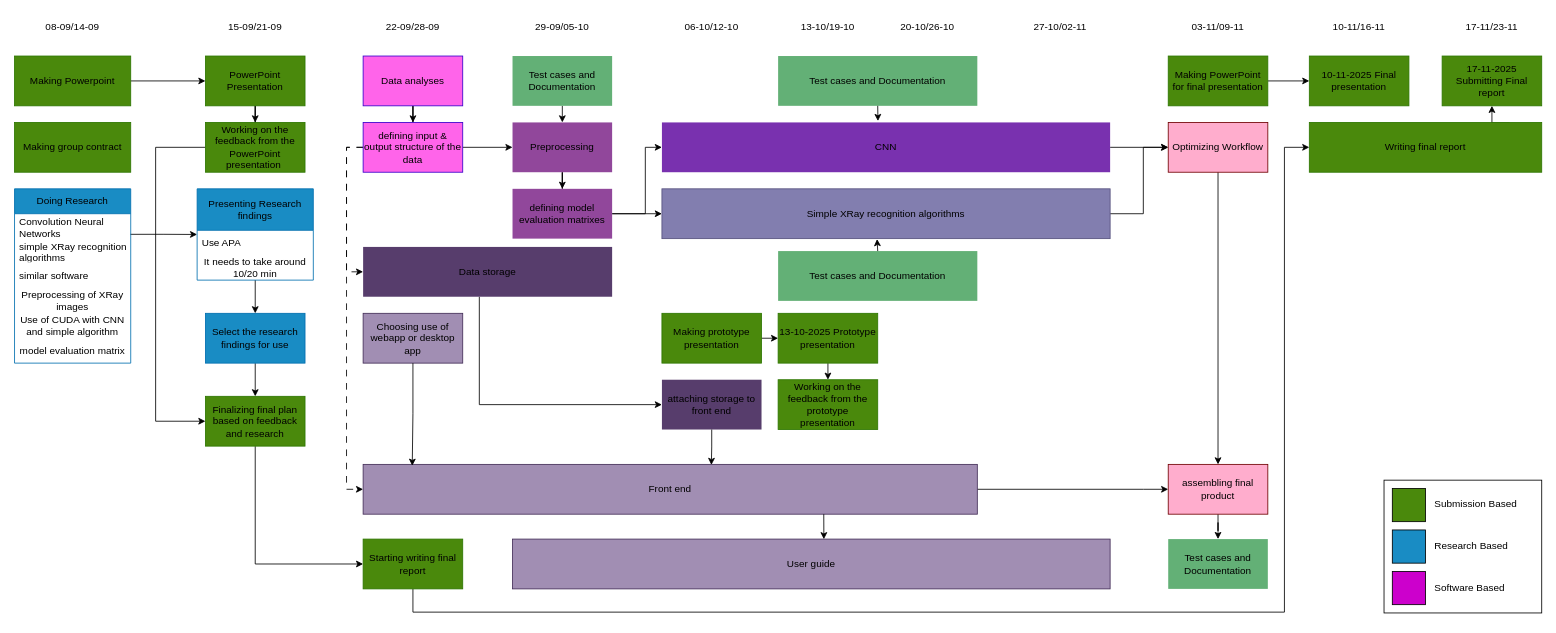
The draw.io diagram Roadmap.drawio in DBerkey/Smart_X-Ray_Screening, before the edit. Source tidied: cells renumbered, new cells numbered last; positions are measured from the earlier drawing's top-left corner, leaving out a move shared by most shapes. Both pictures are drawn from the tidied source at 83%, with x=0, y=0 at pixel (14, 14).
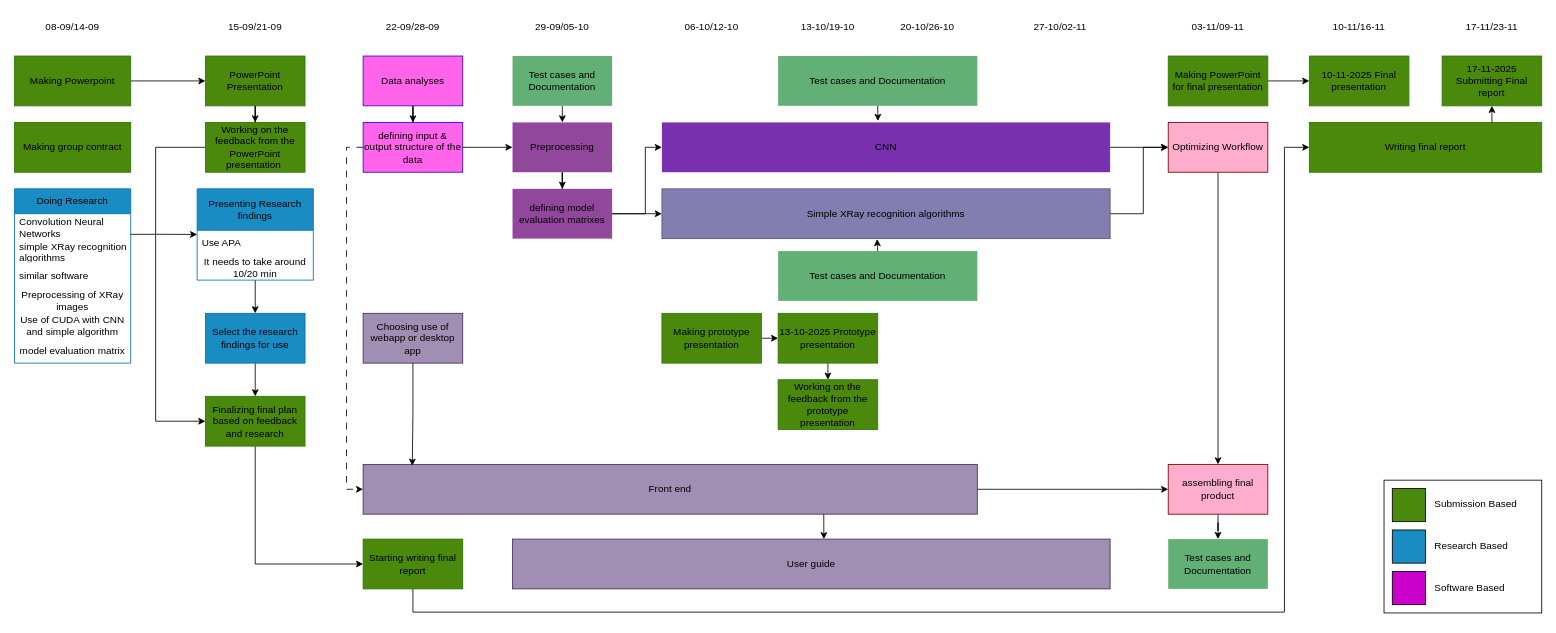
The same page after the edit.

Unchanged cells that the change refers to:
```xml
<mxCell id="30" value="defining input &amp;amp; output structure of the data" style="whiteSpace=wrap;html=1;rounded=0;fillColor=light-dark(#FF64EA,#FF64EA);fontColor=light-dark(#000000,#000000);strokeColor=#3700CC;labelBackgroundColor=none;" parent="1" vertex="1">
  <mxGeometry x="420" y="130" width="120" height="60" as="geometry" />
</mxCell>
<mxCell id="35" value="Front end" style="whiteSpace=wrap;html=1;rounded=0;fillColor=light-dark(#A18EB3,#A18EB3);fontColor=light-dark(#000000,#000000);strokeColor=#432D57;labelBackgroundColor=none;" parent="1" vertex="1">
  <mxGeometry x="420" y="542" width="740" height="60" as="geometry" />
</mxCell>
```

Change to the diagram source:
```diff
@@
-    <mxCell id="29" style="edgeStyle=orthogonalEdgeStyle;rounded=0;jettySize=auto;html=1;exitX=0;exitY=0.5;exitDx=0;exitDy=0;entryX=0;entryY=0.5;entryDx=0;entryDy=0;dashed=1;dashPattern=8 8;fontColor=light-dark(#000000,#000000);labelBackgroundColor=none;" parent="1" edge="1" source="30" target="37">
-      <mxGeometry relative="1" as="geometry" />
-    </mxCell>
@@
-    <mxCell id="36" style="edgeStyle=orthogonalEdgeStyle;rounded=0;jettySize=auto;html=1;fontColor=light-dark(#000000,#000000);labelBackgroundColor=none;" parent="1" edge="1" source="37" target="43">
-      <mxGeometry relative="1" as="geometry">
-        <Array as="points">
-          <mxPoint x="560" y="470" />
-        </Array>
-      </mxGeometry>
-    </mxCell>
-    <mxCell id="37" value="Data storage" style="rounded=0;whiteSpace=wrap;html=1;fillColor=light-dark(#573D6C,#573D6C);fontColor=light-dark(#000000,#000000);strokeColor=none;gradientColor=none;labelBackgroundColor=none;" parent="1" vertex="1">
-      <mxGeometry x="420" y="280" width="300" height="60" as="geometry" />
-    </mxCell>
@@
-    <mxCell id="43" value="attaching storage to front end" style="whiteSpace=wrap;html=1;rounded=0;fillColor=light-dark(#573D6C,#573D6C);fontColor=light-dark(#000000,#000000);strokeColor=none;labelBackgroundColor=none;" parent="1" vertex="1">
-      <mxGeometry x="780" y="440" width="120" height="60" as="geometry" />
-    </mxCell>
@@
-    <mxCell id="92" style="edgeStyle=orthogonalEdgeStyle;rounded=0;jettySize=auto;html=1;exitX=0.5;exitY=1;exitDx=0;exitDy=0;entryX=0.567;entryY=0.011;entryDx=0;entryDy=0;entryPerimeter=0;" parent="1" edge="1" source="43" target="35">
-      <mxGeometry relative="1" as="geometry" />
-    </mxCell>
```
